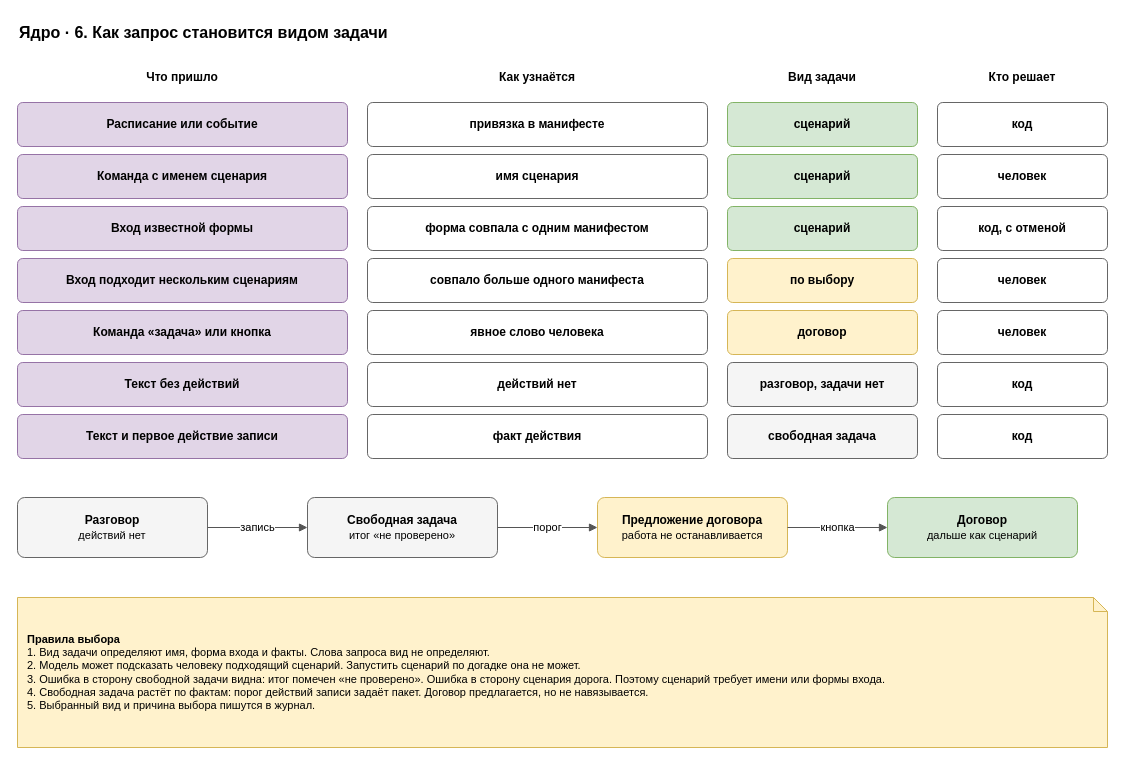
Earlier version of the draw.io diagram page "4. Вид задачи" (4 of 24) of docs/spec/harness-spec.drawio (roygkov/reins). Source tidied: cells renumbered, new cells numbered last; positions are measured from the earlier drawing's top-left corner, leaving out a move shared by most shapes. Both pictures are drawn from the tidied source at 100%, with x=0, y=0 at pixel (17, 17).
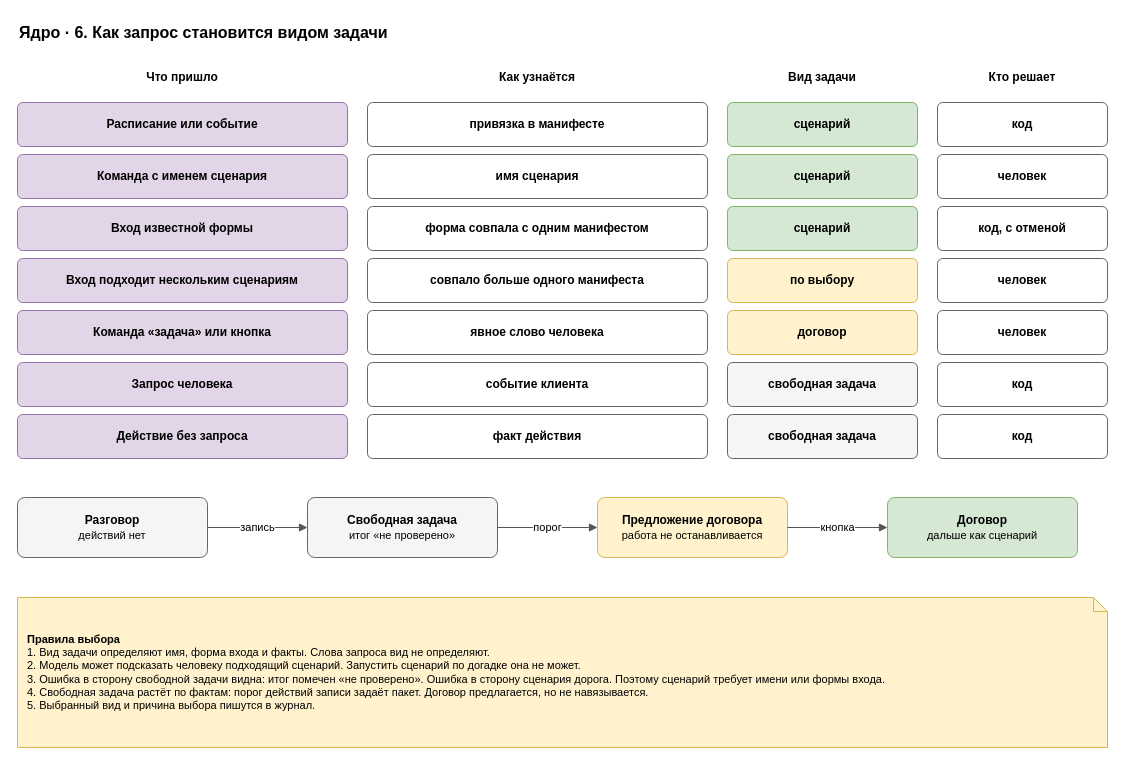
Above is the later version.

Change to the diagram source:
```diff
@@
-    <mxCell id="27" value="&lt;b&gt;Текст без действий&lt;/b&gt;" style="rounded=1;whiteSpace=wrap;html=1;fillColor=#e1d5e7;strokeColor=#9673a6;arcSize=12;" parent="1" vertex="1">
+    <mxCell id="27" value="&lt;b&gt;Запрос человека&lt;/b&gt;" style="rounded=1;whiteSpace=wrap;html=1;fillColor=#e1d5e7;strokeColor=#9673a6;arcSize=12;" parent="1" vertex="1">
       <mxGeometry y="345" width="330" height="44" as="geometry" />
     </mxCell>
-    <mxCell id="28" value="&lt;b&gt;действий нет&lt;/b&gt;" style="rounded=1;whiteSpace=wrap;html=1;fillColor=#ffffff;strokeColor=#666666;arcSize=12;fontStyle=0;" parent="1" vertex="1">
+    <mxCell id="28" value="&lt;b&gt;событие клиента&lt;/b&gt;" style="rounded=1;whiteSpace=wrap;html=1;fillColor=#ffffff;strokeColor=#666666;arcSize=12;fontStyle=0;" parent="1" vertex="1">
       <mxGeometry x="350" y="345" width="340" height="44" as="geometry" />
     </mxCell>
-    <mxCell id="29" value="&lt;b&gt;разговор, задачи нет&lt;/b&gt;" style="rounded=1;whiteSpace=wrap;html=1;fillColor=#f5f5f5;strokeColor=#666666;arcSize=12;fontStyle=0;" parent="1" vertex="1">
+    <mxCell id="29" value="&lt;b&gt;свободная задача&lt;/b&gt;" style="rounded=1;whiteSpace=wrap;html=1;fillColor=#f5f5f5;strokeColor=#666666;arcSize=12;fontStyle=0;" parent="1" vertex="1">
       <mxGeometry x="710" y="345" width="190" height="44" as="geometry" />
     </mxCell>
@@
-    <mxCell id="31" value="&lt;b&gt;Текст и первое действие записи&lt;/b&gt;" style="rounded=1;whiteSpace=wrap;html=1;fillColor=#e1d5e7;strokeColor=#9673a6;arcSize=12;" parent="1" vertex="1">
+    <mxCell id="31" value="&lt;b&gt;Действие без запроса&lt;/b&gt;" style="rounded=1;whiteSpace=wrap;html=1;fillColor=#e1d5e7;strokeColor=#9673a6;arcSize=12;" parent="1" vertex="1">
       <mxGeometry y="397" width="330" height="44" as="geometry" />
     </mxCell>
```
